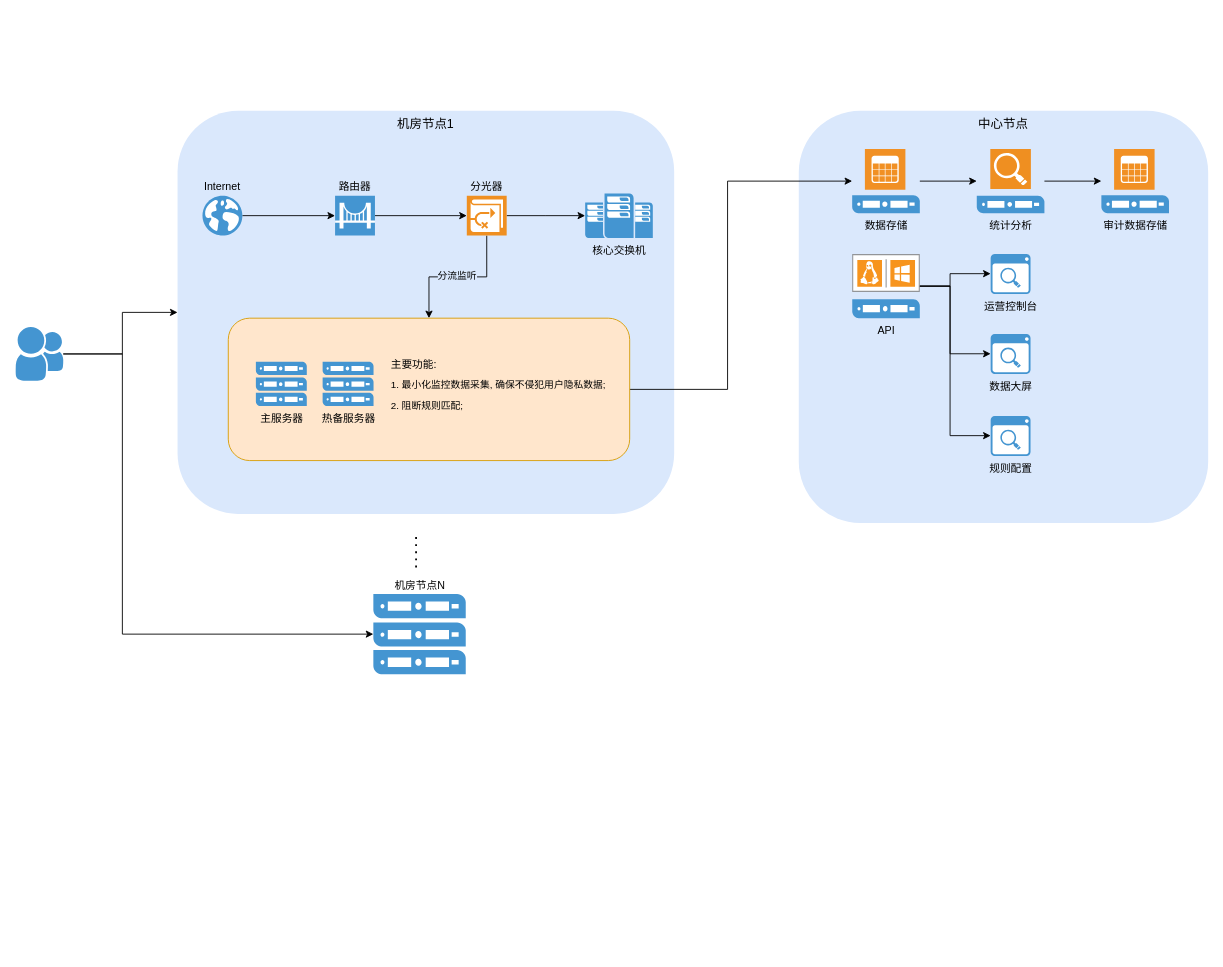
The draw.io diagram 未命名绘图.drawio in icemandala/iris, before the edit. Source tidied: cells renumbered, new cells numbered last; positions are measured from the earlier drawing's top-left corner, leaving out a move shared by most shapes. Both pictures are drawn from the tidied source at 89%, with x=0, y=0 at pixel (15, 110).
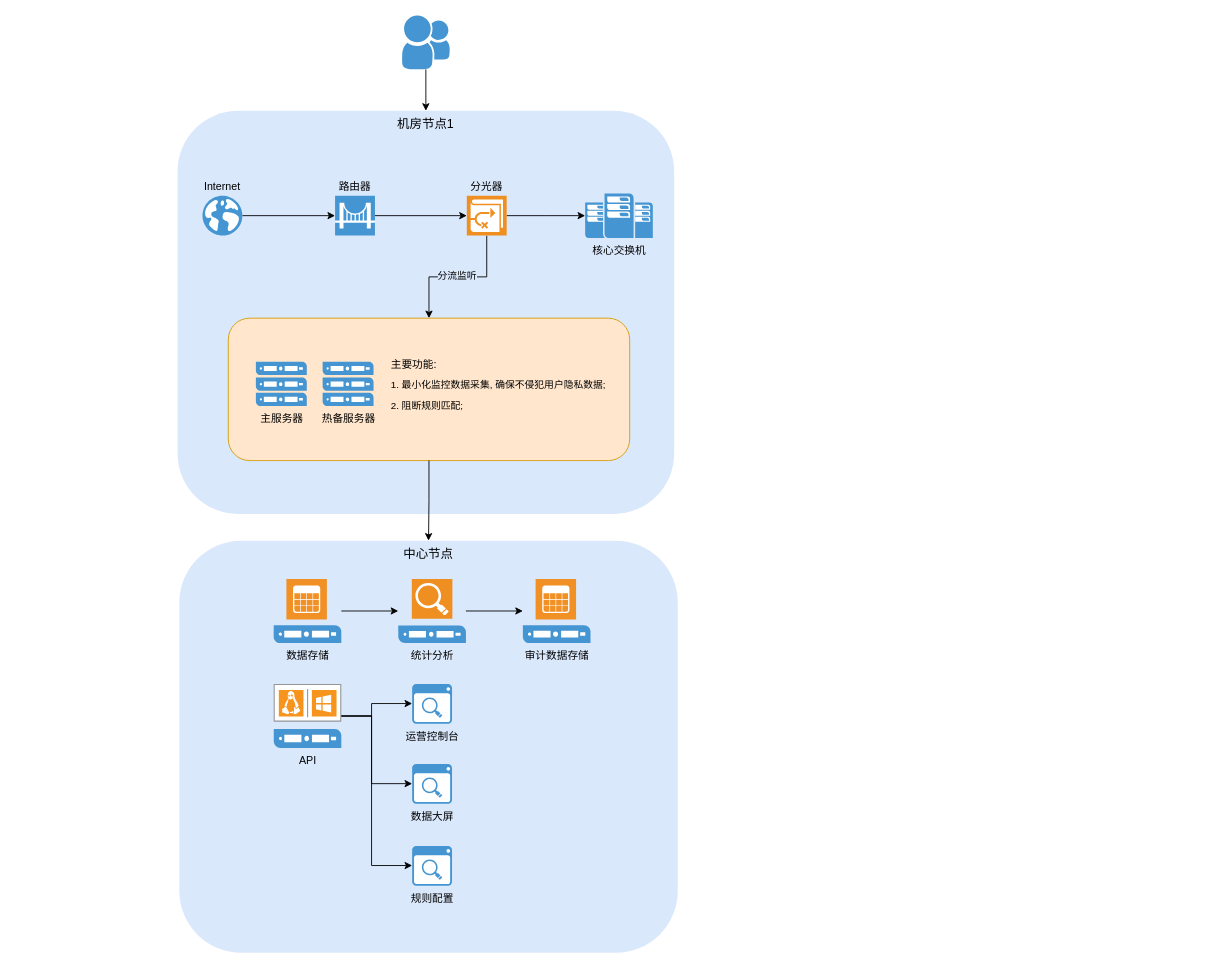
The same page after the edit.

Commit message (it also covers changes not shown here):
更新未命名绘图.drawio

Unchanged cells that the change refers to:
```xml
<mxCell id="2" value="机房节点1" style="whiteSpace=wrap;html=1;fillColor=#dae8fc;fontSize=14;strokeColor=none;verticalAlign=top;rounded=1;shadow=0;glass=0;" parent="1" vertex="1">
  <mxGeometry x="182" width="558" height="453" as="geometry" />
</mxCell>
<mxCell id="17" style="whiteSpace=wrap;html=1;fillColor=#ffe6cc;strokeColor=#d79b00;rounded=1;" parent="1" vertex="1">
  <mxGeometry x="239" y="233" width="451" height="160" as="geometry" />
</mxCell>
```

The edit, as a diff of the source:
```diff
@@
     <mxCell id="3" value="中心节点" style="whiteSpace=wrap;html=1;fillColor=#dae8fc;fontSize=14;strokeColor=none;verticalAlign=top;rounded=1;" parent="1" vertex="1">
-      <mxGeometry x="880" width="460" height="463" as="geometry" />
+      <mxGeometry x="184" y="483" width="560" height="463" as="geometry" />
     </mxCell>
-    <mxCell id="4" style="edgeStyle=orthogonalEdgeStyle;rounded=0;jettySize=auto;html=1;entryX=0;entryY=0.5;entryDx=0;entryDy=0;" parent="1" edge="1" source="5" target="2">
-      <mxGeometry relative="1" as="geometry">
-        <Array as="points">
-          <mxPoint x="120" y="273" />
-          <mxPoint x="120" y="227" />
-        </Array>
-      </mxGeometry>
+    <mxCell id="4" style="edgeStyle=orthogonalEdgeStyle;rounded=0;jettySize=auto;html=1;" parent="1" edge="1" source="5" target="2">
+      <mxGeometry relative="1" as="geometry" />
     </mxCell>
     <mxCell id="5" style="shadow=0;dashed=0;html=1;strokeColor=none;fillColor=#4495D1;labelPosition=center;verticalLabelPosition=bottom;verticalAlign=top;align=center;outlineConnect=0;shape=mxgraph.veeam.2d.group;" parent="1" vertex="1">
-      <mxGeometry y="243" width="53.6" height="60.4" as="geometry" />
+      <mxGeometry x="434.2" y="-107" width="53.6" height="60.4" as="geometry" />
     </mxCell>
-    <mxCell id="6" style="edgeStyle=orthogonalEdgeStyle;rounded=0;jettySize=auto;html=1;" parent="1" edge="1" source="5" target="21">
-      <mxGeometry relative="1" as="geometry">
-        <Array as="points">
-          <mxPoint x="120" y="273" />
-          <mxPoint x="120" y="588" />
-        </Array>
-      </mxGeometry>
-    </mxCell>
@@
-    <mxCell id="16" style="edgeStyle=orthogonalEdgeStyle;rounded=0;jettySize=auto;html=1;exitX=1;exitY=0.5;exitDx=0;exitDy=0;" parent="1" edge="1" source="17" target="24">
-      <mxGeometry relative="1" as="geometry">
-        <Array as="points">
-          <mxPoint x="800" y="313" />
-          <mxPoint x="800" y="79" />
-        </Array>
-      </mxGeometry>
-    </mxCell>
@@
-    <mxCell id="21" value="机房节点N" style="shadow=0;dashed=0;html=1;strokeColor=none;fillColor=#4495D1;labelPosition=center;verticalLabelPosition=top;verticalAlign=bottom;align=center;outlineConnect=0;shape=mxgraph.veeam.server_stack;" parent="1" vertex="1">
-      <mxGeometry x="402" y="543" width="103.8" height="90" as="geometry" />
-    </mxCell>
-    <mxCell id="22" style="endArrow=none;dashed=1;html=1;dashPattern=1 3;strokeWidth=2;rounded=0;" parent="1" edge="1">
-      <mxGeometry relative="1" as="geometry">
-        <mxPoint x="450" y="513" as="sourcePoint" />
-        <mxPoint x="450" y="473" as="targetPoint" />
-      </mxGeometry>
-    </mxCell>
@@
     <mxCell id="24" value="数据存储" style="shadow=0;dashed=0;html=1;strokeColor=none;fillColor=#4495D1;labelPosition=center;verticalLabelPosition=bottom;verticalAlign=top;align=center;outlineConnect=0;shape=mxgraph.veeam.database_server;" parent="1" vertex="1">
-      <mxGeometry x="940" y="43" width="76" height="72" as="geometry" />
+      <mxGeometry x="290" y="526" width="76" height="72" as="geometry" />
     </mxCell>
@@
     <mxCell id="26" value="统计分析" style="shadow=0;dashed=0;html=1;strokeColor=none;fillColor=#4495D1;labelPosition=center;verticalLabelPosition=bottom;verticalAlign=top;align=center;outlineConnect=0;shape=mxgraph.veeam.2d.veeam_backup_search_server;" parent="1" vertex="1">
-      <mxGeometry x="1080" y="43" width="76" height="72" as="geometry" />
+      <mxGeometry x="430" y="526" width="76" height="72" as="geometry" />
     </mxCell>
     <mxCell id="27" value="审计数据存储" style="shadow=0;dashed=0;html=1;strokeColor=none;fillColor=#4495D1;labelPosition=center;verticalLabelPosition=bottom;verticalAlign=top;align=center;outlineConnect=0;shape=mxgraph.veeam.database_server;" parent="1" vertex="1">
-      <mxGeometry x="1220" y="43" width="76" height="72" as="geometry" />
+      <mxGeometry x="570" y="526" width="76" height="72" as="geometry" />
     </mxCell>
     <mxCell id="28" value="运营控制台" style="shadow=0;dashed=0;html=1;strokeColor=none;fillColor=#4495D1;labelPosition=center;verticalLabelPosition=bottom;verticalAlign=top;align=center;outlineConnect=0;shape=mxgraph.veeam.2d.monitoring_console;" parent="1" vertex="1">
-      <mxGeometry x="1095.6" y="161" width="44.8" height="44.8" as="geometry" />
+      <mxGeometry x="445.6" y="644" width="44.8" height="44.8" as="geometry" />
     </mxCell>
     <mxCell id="29" value="数据大屏" style="shadow=0;dashed=0;html=1;strokeColor=none;fillColor=#4495D1;labelPosition=center;verticalLabelPosition=bottom;verticalAlign=top;align=center;outlineConnect=0;shape=mxgraph.veeam.2d.monitoring_console;" parent="1" vertex="1">
-      <mxGeometry x="1095.6" y="250.8" width="44.8" height="44.8" as="geometry" />
+      <mxGeometry x="445.6" y="733.8" width="44.8" height="44.8" as="geometry" />
     </mxCell>
     <mxCell id="30" value="规则配置" style="shadow=0;dashed=0;html=1;strokeColor=none;fillColor=#4495D1;labelPosition=center;verticalLabelPosition=bottom;verticalAlign=top;align=center;outlineConnect=0;shape=mxgraph.veeam.2d.monitoring_console;" parent="1" vertex="1">
-      <mxGeometry x="1095.6" y="343" width="44.8" height="44.8" as="geometry" />
+      <mxGeometry x="445.6" y="826" width="44.8" height="44.8" as="geometry" />
     </mxCell>
     <mxCell id="31" style="edgeStyle=orthogonalEdgeStyle;rounded=0;jettySize=auto;html=1;" parent="1" edge="1" source="32" target="28">
       <mxGeometry relative="1" as="geometry">
         <Array as="points">
-          <mxPoint x="1050" y="197" />
-          <mxPoint x="1050" y="183" />
+          <mxPoint x="400" y="680" />
+          <mxPoint x="400" y="666" />
         </Array>
       </mxGeometry>
     </mxCell>
     <mxCell id="32" value="API" style="shadow=0;dashed=0;html=1;strokeColor=none;fillColor=#4495D1;labelPosition=center;verticalLabelPosition=bottom;verticalAlign=top;align=center;outlineConnect=0;shape=mxgraph.veeam.windows_linux_server;" parent="1" vertex="1">
-      <mxGeometry x="940" y="161" width="76" height="72" as="geometry" />
+      <mxGeometry x="290" y="644" width="76" height="72" as="geometry" />
     </mxCell>
     <mxCell id="33" style="edgeStyle=orthogonalEdgeStyle;rounded=0;jettySize=auto;html=1;" parent="1" edge="1" source="32" target="29">
       <mxGeometry relative="1" as="geometry">
         <Array as="points">
-          <mxPoint x="1050" y="197" />
-          <mxPoint x="1050" y="273" />
+          <mxPoint x="400" y="680" />
+          <mxPoint x="400" y="756" />
         </Array>
       </mxGeometry>
     </mxCell>
     <mxCell id="34" style="edgeStyle=orthogonalEdgeStyle;rounded=0;jettySize=auto;html=1;" parent="1" edge="1" source="32" target="30">
       <mxGeometry relative="1" as="geometry">
         <Array as="points">
-          <mxPoint x="1050" y="197" />
-          <mxPoint x="1050" y="365" />
+          <mxPoint x="400" y="680" />
+          <mxPoint x="400" y="848" />
         </Array>
       </mxGeometry>
     </mxCell>
+    <mxCell id="35" style="edgeStyle=orthogonalEdgeStyle;rounded=0;jettySize=auto;html=1;exitX=0.5;exitY=1;exitDx=0;exitDy=0;entryX=0.5;entryY=0;entryDx=0;entryDy=0;" parent="1" edge="1" source="17" target="3">
+      <mxGeometry relative="1" as="geometry" />
+    </mxCell>
```
